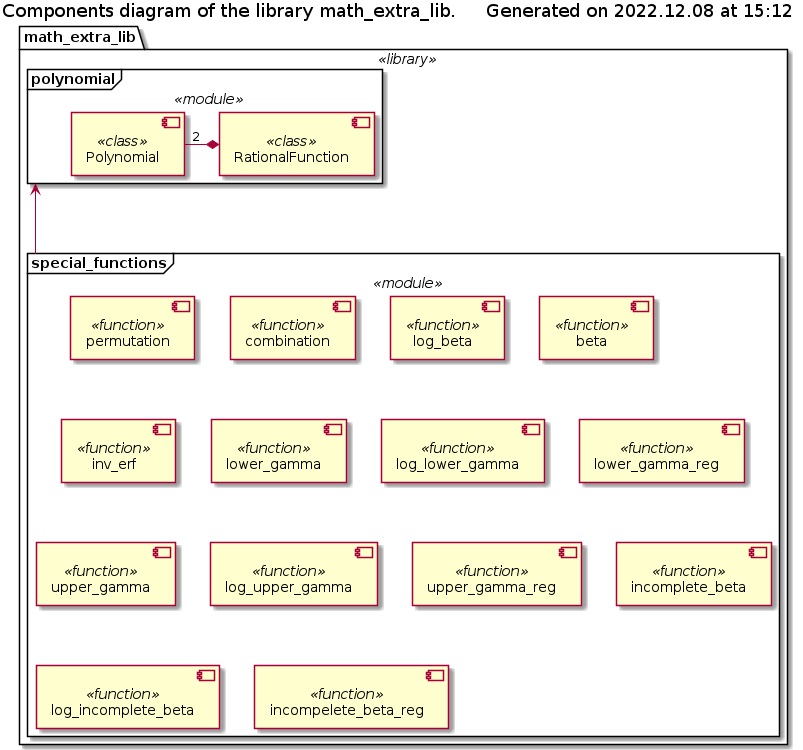
Above: Documentation/UML/library_components.png in FooBarShebang/math_extra_lib (PlantUML), before the change.
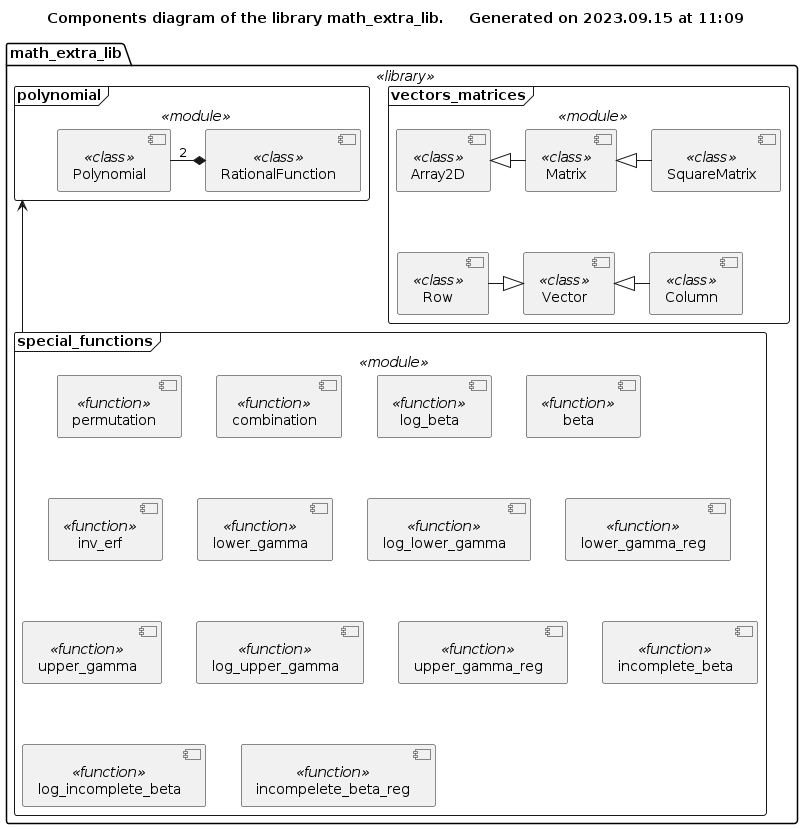
The same diagram one commit later.

Commit message:
documenting vectors and matrices

What changed in the source:
```diff
@@ -7,6 +7,10 @@
 title Components diagram of the library math_extra_lib. $generated()
 
 $library(math_extra_lib) {
+    !if $is_not_defined("$VECTORS_MATRICES_COMPONENTS")
+        !include ./vectors_matrices/vectors_matrices_components.iuml
+    !endif
+
     !if $is_not_defined("$POLYNOMIAL_COMPONENTS")
         !include ./polynomial/polynomial_components.iuml
     !endif
```
